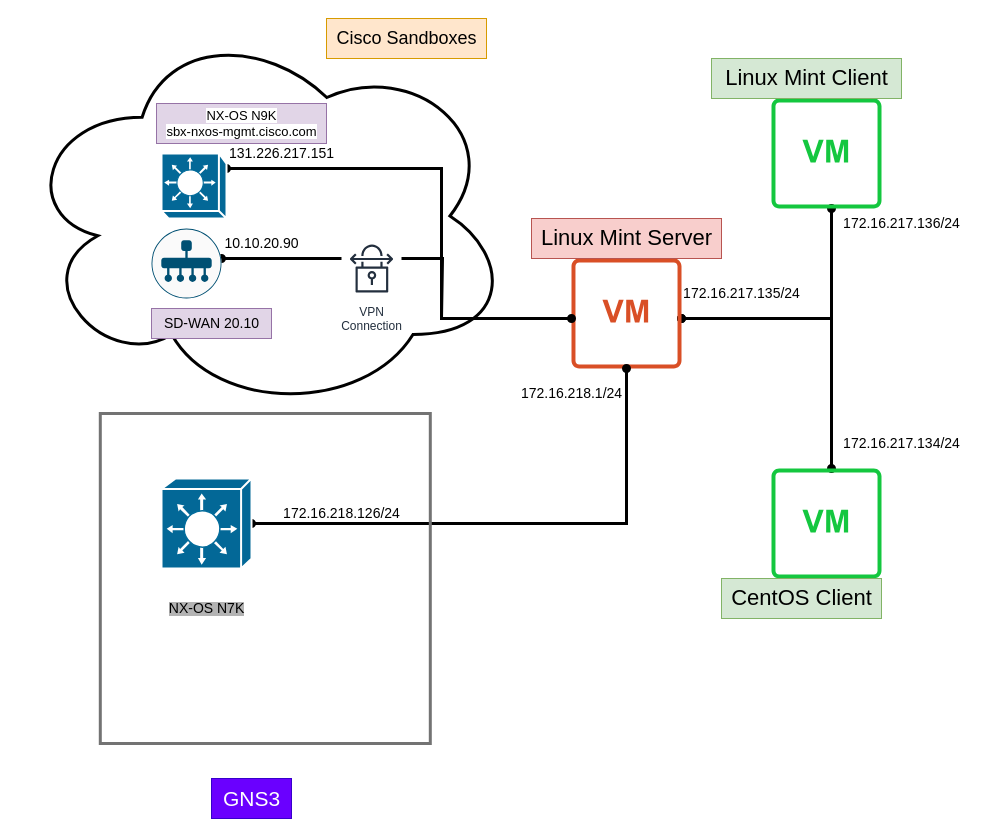
Before: HomeLab.drawio in dragonka79/root, a draw.io diagram. Source tidied: cells renumbered, new cells numbered last; positions are measured from the earlier drawing's top-left corner, leaving out a move shared by most shapes. Both pictures are drawn from the tidied source at 100%, with x=0, y=0 at pixel (19, 18).
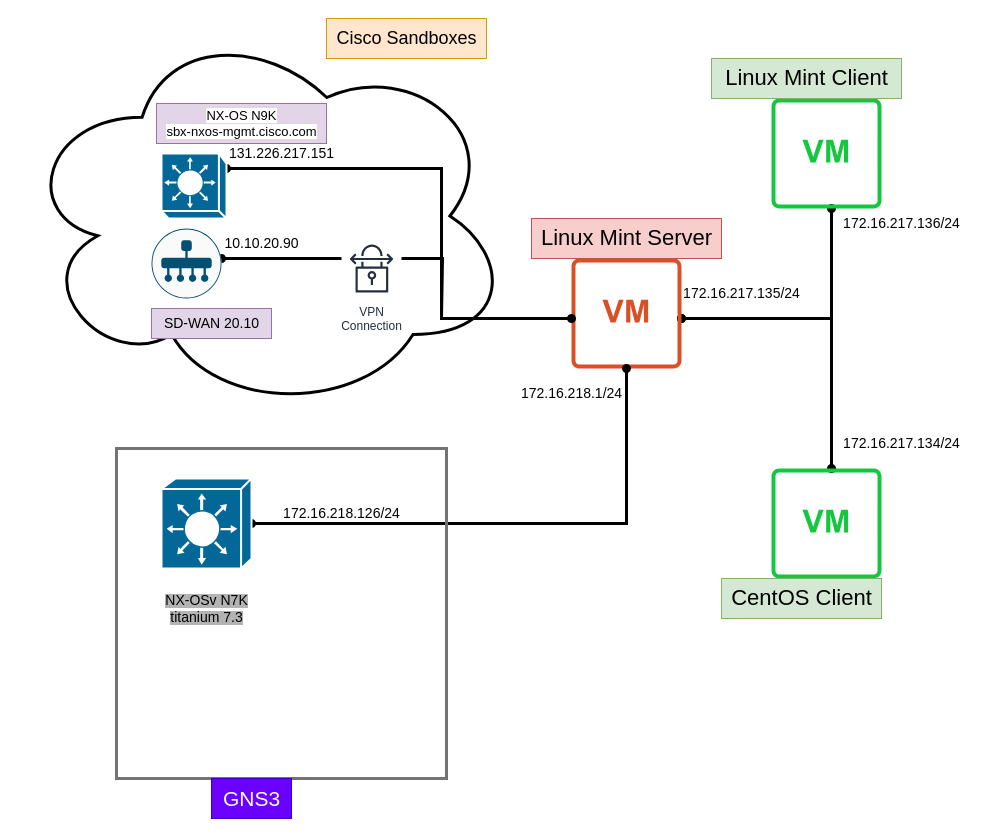
The same page after the edit.

Diff of the diagram source:
```diff
@@
-    <mxCell id="16" value="&lt;font style=&quot;--darkreader-inline-bgcolor: #b7aa91; background-color: rgb(179, 179, 179);&quot;&gt;&lt;font style=&quot;font-size: 14px;&quot;&gt;NX-OS N7K&lt;/font&gt;&lt;br&gt;&lt;/font&gt;" style="text;html=1;align=center;verticalAlign=middle;strokeColor=none;fillColor=none;" parent="1" vertex="1">
-      <mxGeometry x="137" y="575" width="100" height="30" as="geometry" />
+    <mxCell id="16" value="&lt;font style=&quot;--darkreader-inline-bgcolor: #b7aa91; background-color: rgb(179, 179, 179);&quot;&gt;&lt;font style=&quot;font-size: 14px;&quot;&gt;NX-OSv N7K&lt;br&gt;titanium 7.3&lt;/font&gt;&lt;br&gt;&lt;/font&gt;" style="text;html=1;align=center;verticalAlign=middle;strokeColor=none;fillColor=none;" parent="1" vertex="1">
+      <mxGeometry x="132" y="565" width="110" height="50" as="geometry" />
     </mxCell>
@@
     <mxCell id="24" style="whiteSpace=wrap;html=1;fillColor=none;strokeWidth=3;strokeColor=#737373;" parent="1" vertex="1">
-      <mxGeometry x="80.8" y="395" width="330" height="330" as="geometry" />
+      <mxGeometry x="97" y="430" width="330" height="330" as="geometry" />
     </mxCell>
```
